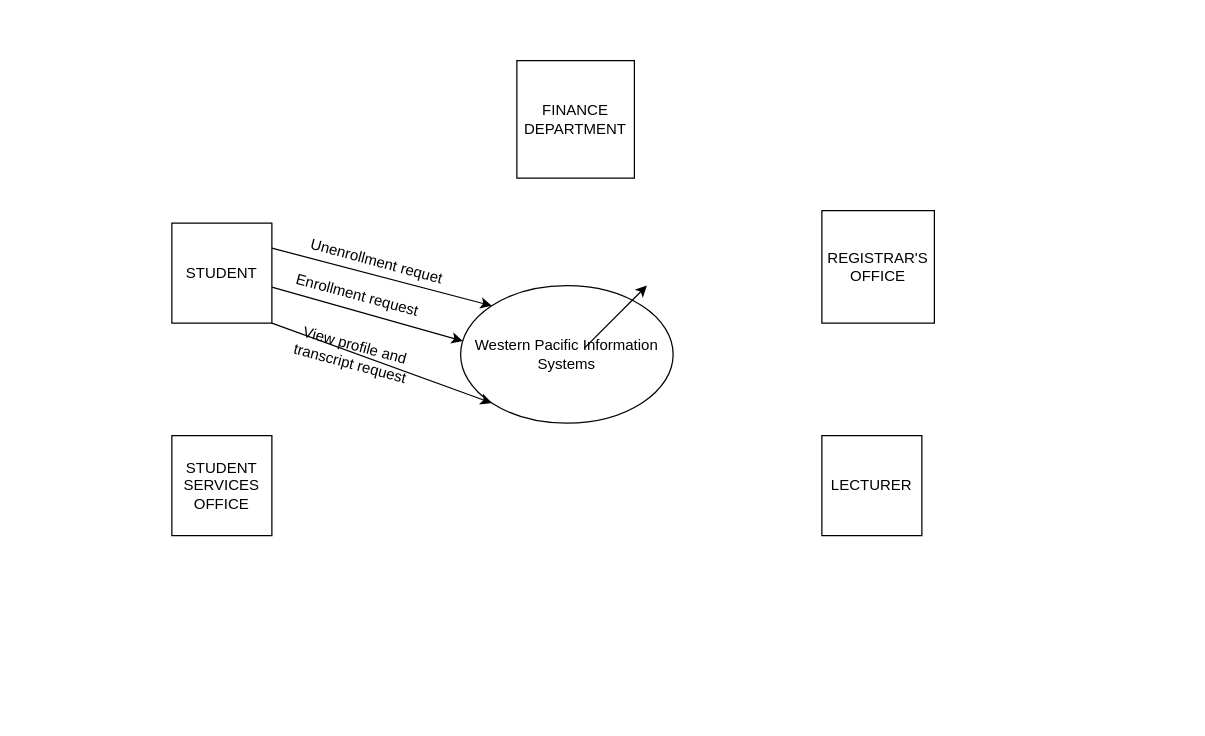
Earlier version of the draw.io diagram page "Level 0 Diagram" (5 of 5) of Untitled Diagram.drawio (Nash230/IS403SystemsAnalysis-Design_MP). Source tidied: cells renumbered, new cells numbered last; positions are measured from the earlier drawing's top-left corner, leaving out a move shared by most shapes. Both pictures are drawn from the tidied source at 125%, with x=0, y=0 at pixel (171, 60).
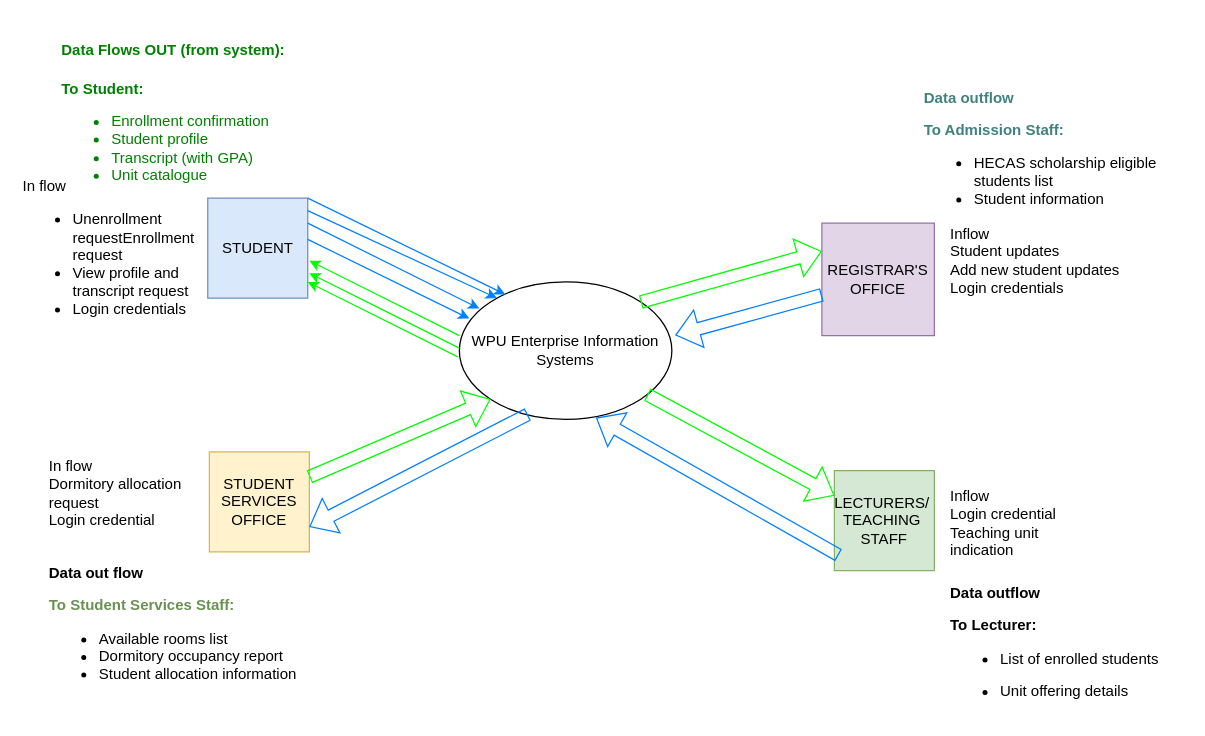
The same page after the edit.

Commit message:
Analysis Diagram

The edit, as a diff of the source:
```diff
@@
+    <mxCell id="15" style="rounded=0;orthogonalLoop=1;jettySize=auto;html=1;strokeColor=light-dark(#00ff00, #ededed);" parent="1" edge="1">
+      <mxGeometry relative="1" as="geometry">
+        <mxPoint x="230" y="220" as="sourcePoint" />
+        <mxPoint x="110" y="160" as="targetPoint" />
+      </mxGeometry>
+    </mxCell>
-    <mxCell id="2" value="Western Pacific Information Systems" style="ellipse;whiteSpace=wrap;html=1;" parent="1" vertex="1">
-      <mxGeometry x="231" y="180" width="170" height="110" as="geometry" />
+    <mxCell id="2" value="WPU Enterprise Information Systems" style="ellipse;whiteSpace=wrap;html=1;" parent="1" vertex="1">
+      <mxGeometry x="230" y="177" width="170" height="110" as="geometry" />
     </mxCell>
-    <mxCell id="3" style="edgeStyle=none;shape=wire;rounded=0;jettySize=auto;html=1;exitX=1;exitY=0.25;exitDx=0;exitDy=0;entryX=0;entryY=0;entryDx=0;entryDy=0;dashed=1;" parent="1" edge="1" source="5" target="2">
-      <mxGeometry relative="1" as="geometry" />
-    </mxCell>
-    <mxCell id="4" style="edgeStyle=none;shape=wire;rounded=0;jettySize=auto;html=1;exitX=1;exitY=1;exitDx=0;exitDy=0;entryX=0;entryY=1;entryDx=0;entryDy=0;dashed=1;" parent="1" edge="1" source="5" target="2">
-      <mxGeometry relative="1" as="geometry" />
-    </mxCell>
+    <mxCell id="16" style="rounded=0;jettySize=auto;html=1;exitX=1;exitY=0;exitDx=0;exitDy=0;entryX=0.216;entryY=0.091;entryDx=0;entryDy=0;entryPerimeter=0;strokeColor=light-dark(#0080ff, #ededed);" parent="1" edge="1" source="5" target="2">
+      <mxGeometry relative="1" as="geometry" />
+    </mxCell>
-    <mxCell id="5" value="STUDENT" style="whiteSpace=wrap;html=1;" parent="1" vertex="1">
-      <mxGeometry y="130" width="80" height="80" as="geometry" />
+    <mxCell id="5" value="STUDENT" style="whiteSpace=wrap;html=1;fillColor=#dae8fc;strokeColor=#6c8ebf;" parent="1" vertex="1">
+      <mxGeometry x="28.7" y="110" width="80" height="80" as="geometry" />
     </mxCell>
-    <mxCell id="6" value="REGISTRAR'S OFFICE" style="whiteSpace=wrap;html=1;" parent="1" vertex="1">
-      <mxGeometry x="520" y="120" width="90" height="90" as="geometry" />
+    <mxCell id="6" value="REGISTRAR'S OFFICE" style="whiteSpace=wrap;html=1;fillColor=#e1d5e7;strokeColor=#9673a6;" parent="1" vertex="1">
+      <mxGeometry x="520" y="130" width="90" height="90" as="geometry" />
     </mxCell>
-    <mxCell id="7" value="STUDENT SERVICES OFFICE" style="whiteSpace=wrap;html=1;" parent="1" vertex="1">
-      <mxGeometry y="300" width="80" height="80" as="geometry" />
+    <mxCell id="7" value="STUDENT SERVICES OFFICE" style="whiteSpace=wrap;html=1;fillColor=#fff2cc;strokeColor=#d6b656;" parent="1" vertex="1">
+      <mxGeometry x="30" y="313" width="80" height="80" as="geometry" />
     </mxCell>
-    <mxCell id="8" value="LECTURER" style="whiteSpace=wrap;html=1;" parent="1" vertex="1">
-      <mxGeometry x="520" y="300" width="80" height="80" as="geometry" />
+    <mxCell id="8" value="&lt;div&gt;LECTURERS/&amp;nbsp;&lt;/div&gt;&lt;div&gt;TEACHING&amp;nbsp;&lt;/div&gt;&lt;div&gt;STAFF&lt;/div&gt;" style="whiteSpace=wrap;html=1;fillColor=#d5e8d4;strokeColor=#82b366;" parent="1" vertex="1">
+      <mxGeometry x="530" y="328" width="80" height="80" as="geometry" />
     </mxCell>
-    <mxCell id="9" value="FINANCE DEPARTMENT" style="whiteSpace=wrap;html=1;" parent="1" vertex="1">
-      <mxGeometry x="276" width="94" height="94" as="geometry" />
-    </mxCell>
-    <mxCell id="10" style="shape=wire;rounded=0;jettySize=auto;html=1;entryX=0.01;entryY=0.403;entryDx=0;entryDy=0;entryPerimeter=0;dashed=1;" parent="1" edge="1" source="5" target="2">
-      <mxGeometry relative="1" as="geometry" />
-    </mxCell>
-    <mxCell id="11" value="Enrollment request" style="text;html=1;whiteSpace=wrap;strokeColor=none;fillColor=none;align=center;verticalAlign=middle;rounded=0;rotation=15;" parent="1" vertex="1">
-      <mxGeometry x="90.3" y="183.4" width="117.4" height="10" as="geometry" />
-    </mxCell>
-    <mxCell id="12" style="endArrow=classic;html=1;rounded=0;" parent="1" edge="1">
-      <mxGeometry relative="1" as="geometry">
-        <mxPoint x="330" y="230" as="sourcePoint" />
-        <mxPoint x="380" y="180" as="targetPoint" />
-      </mxGeometry>
-    </mxCell>
-    <mxCell id="13" value="Unenrollment requet" style="text;html=1;whiteSpace=wrap;strokeColor=none;fillColor=none;align=center;verticalAlign=middle;rounded=0;rotation=15;" parent="1" vertex="1">
-      <mxGeometry x="99.1" y="149.9" width="130" height="23" as="geometry" />
-    </mxCell>
-    <mxCell id="14" value="View profile and transcript request" style="text;html=1;whiteSpace=wrap;strokeColor=none;fillColor=none;align=center;verticalAlign=middle;rounded=0;rotation=15;" parent="1" vertex="1">
-      <mxGeometry x="80" y="220" width="130" height="30" as="geometry" />
-    </mxCell>
+    <mxCell id="17" style="shape=flexArrow;endArrow=classic;html=1;rounded=0;entryX=0;entryY=1;entryDx=0;entryDy=0;exitX=1;exitY=0.25;exitDx=0;exitDy=0;strokeColor=#00FF00;" parent="1" edge="1" source="7" target="2">
+      <mxGeometry relative="1" as="geometry" />
+    </mxCell>
+    <mxCell id="18" style="shape=flexArrow;endArrow=classic;html=1;rounded=0;entryX=1;entryY=0.75;entryDx=0;entryDy=0;exitX=0.322;exitY=0.964;exitDx=0;exitDy=0;exitPerimeter=0;strokeColor=light-dark(#0080ff, #ededed);" parent="1" edge="1" source="2" target="7">
+      <mxGeometry relative="1" as="geometry" />
+    </mxCell>
+    <mxCell id="19" style="shape=flexArrow;endArrow=classic;html=1;rounded=0;entryX=0;entryY=0.25;entryDx=0;entryDy=0;strokeColor=#00FF00;" parent="1" edge="1" source="2" target="8">
+      <mxGeometry relative="1" as="geometry" />
+    </mxCell>
+    <mxCell id="20" style="shape=flexArrow;endArrow=classic;html=1;rounded=0;exitX=0.042;exitY=0.846;exitDx=0;exitDy=0;exitPerimeter=0;strokeColor=light-dark(#0080ff, #ededed);entryX=0.643;entryY=0.988;entryDx=0;entryDy=0;entryPerimeter=0;" parent="1" edge="1" source="8" target="2">
+      <mxGeometry relative="1" as="geometry" />
+    </mxCell>
+    <mxCell id="21" style="shape=flexArrow;endArrow=classic;html=1;rounded=0;entryX=0;entryY=0.25;entryDx=0;entryDy=0;exitX=1;exitY=0;exitDx=0;exitDy=0;strokeColor=#00FF00;" parent="1" edge="1" source="2" target="6">
+      <mxGeometry relative="1" as="geometry" />
+    </mxCell>
+    <mxCell id="22" style="shape=flexArrow;endArrow=classic;html=1;rounded=0;entryX=1.016;entryY=0.388;entryDx=0;entryDy=0;entryPerimeter=0;strokeColor=light-dark(#0080ff, #ededed);" parent="1" edge="1" source="6" target="2">
+      <mxGeometry relative="1" as="geometry" />
+    </mxCell>
+    <mxCell id="23" value="&lt;div align=&quot;left&quot;&gt;In flow&lt;div&gt;Dormitory allocation request&lt;/div&gt;&lt;div&gt;Login credential&lt;/div&gt;&lt;/div&gt;" style="text;html=1;whiteSpace=wrap;strokeColor=none;fillColor=none;align=left;verticalAlign=middle;rounded=0;" parent="1" vertex="1">
+      <mxGeometry x="-100" y="313" width="110" height="65" as="geometry" />
+    </mxCell>
+    <mxCell id="24" value="&lt;div align=&quot;left&quot;&gt;In flow&lt;br&gt;&lt;ul&gt;&lt;li&gt;Unenrollment requestEnrollment request&lt;/li&gt;&lt;li&gt;View profile and transcript request&lt;/li&gt;&lt;li&gt;Login credentials&lt;/li&gt;&lt;/ul&gt;&lt;/div&gt;&lt;div&gt;&lt;br&gt;&lt;br&gt;&lt;/div&gt;" style="text;html=1;whiteSpace=wrap;strokeColor=none;fillColor=none;align=center;verticalAlign=middle;rounded=0;" parent="1" vertex="1">
+      <mxGeometry x="-120" y="130" width="140" height="80" as="geometry" />
+    </mxCell>
+    <mxCell id="25" value="&lt;div align=&quot;left&quot;&gt;Inflow&lt;/div&gt;&lt;div align=&quot;left&quot;&gt;Login credential&lt;/div&gt;&lt;div align=&quot;left&quot;&gt;Teaching unit indication&lt;/div&gt;" style="text;html=1;whiteSpace=wrap;strokeColor=none;fillColor=none;align=left;verticalAlign=middle;rounded=0;" parent="1" vertex="1">
+      <mxGeometry x="621" y="330" width="119" height="80" as="geometry" />
+    </mxCell>
+    <mxCell id="26" value="&lt;div align=&quot;left&quot;&gt;Inflow&lt;/div&gt;&lt;div align=&quot;left&quot;&gt;Student updates&lt;/div&gt;&lt;div align=&quot;left&quot;&gt;Add new student updates&lt;/div&gt;&lt;div align=&quot;left&quot;&gt;Login credentials&lt;/div&gt;" style="text;html=1;whiteSpace=wrap;strokeColor=none;fillColor=none;align=left;verticalAlign=middle;rounded=0;" parent="1" vertex="1">
+      <mxGeometry x="621" y="130" width="140" height="60" as="geometry" />
+    </mxCell>
+    <mxCell id="27" value="&lt;h4 class=&quot;text-text-100 mt-2 -mb-1 text-base font-bold&quot; align=&quot;left&quot;&gt;&lt;strong&gt;Data Flows OUT (from system):&lt;/strong&gt;&lt;/h4&gt;&lt;p class=&quot;font-claude-response-body break-words whitespace-normal leading-[1.7]&quot; align=&quot;left&quot;&gt;&lt;strong&gt;To Student:&lt;/strong&gt;&lt;/p&gt;&lt;div align=&quot;left&quot;&gt;&lt;ul class=&quot;[li_&amp;amp;]:mb-0 [li_&amp;amp;]:mt-1 [li_&amp;amp;]:gap-1 [&amp;amp;:not(:last-child)_ul]:pb-1 [&amp;amp;:not(:last-child)_ol]:pb-1 list-disc flex flex-col gap-1 pl-8 mb-3&quot;&gt;&lt;li class=&quot;whitespace-normal break-words pl-2&quot;&gt;&lt;div&gt;Enrollment confirmation&lt;/div&gt;&lt;/li&gt;&lt;li class=&quot;whitespace-normal break-words pl-2&quot;&gt;Student profile&lt;/li&gt;&lt;li class=&quot;whitespace-normal break-words pl-2&quot;&gt;Transcript (with GPA)&lt;/li&gt;&lt;li class=&quot;whitespace-normal break-words pl-2&quot;&gt;Unit catalogue&lt;/li&gt;&lt;/ul&gt;&lt;/div&gt;" style="text;html=1;whiteSpace=wrap;strokeColor=none;fillColor=none;align=left;verticalAlign=middle;rounded=0;fontColor=light-dark(#008000, #ededed);" parent="1" vertex="1">
+      <mxGeometry x="-90" y="-20" width="220" height="120" as="geometry" />
+    </mxCell>
+    <mxCell id="28" value="&lt;p class=&quot;font-claude-response-body break-words whitespace-normal leading-[1.7]&quot; align=&quot;left&quot;&gt;&lt;strong&gt;Data outflow&lt;/strong&gt;&lt;/p&gt;&lt;p class=&quot;font-claude-response-body break-words whitespace-normal leading-[1.7]&quot; align=&quot;left&quot;&gt;&lt;strong&gt;To Lecturer:&lt;/strong&gt;&lt;/p&gt;&lt;ul&gt;&lt;li class=&quot;font-claude-response-body break-words whitespace-normal leading-[1.7]&quot; align=&quot;left&quot;&gt;List of enrolled students&lt;/li&gt;&lt;/ul&gt;&lt;div align=&quot;left&quot;&gt;&lt;ul class=&quot;[li_&amp;amp;]:mb-0 [li_&amp;amp;]:mt-1 [li_&amp;amp;]:gap-1 [&amp;amp;:not(:last-child)_ul]:pb-1 [&amp;amp;:not(:last-child)_ol]:pb-1 list-disc flex flex-col gap-1 pl-8 mb-3&quot;&gt;&lt;li class=&quot;whitespace-normal break-words pl-2&quot;&gt;Unit offering details&lt;/li&gt;&lt;/ul&gt;&lt;/div&gt;" style="text;html=1;whiteSpace=wrap;strokeColor=none;fillColor=none;align=left;verticalAlign=middle;rounded=0;" parent="1" vertex="1">
+      <mxGeometry x="621" y="420" width="180" height="90" as="geometry" />
+    </mxCell>
+    <mxCell id="29" value="&lt;p class=&quot;font-claude-response-body break-words whitespace-normal leading-[1.7]&quot; align=&quot;left&quot;&gt;&lt;strong style=&quot;color: light-dark(rgb(64, 128, 128), rgb(237, 237, 237));&quot;&gt;Data outflow&lt;/strong&gt;&lt;/p&gt;&lt;p class=&quot;font-claude-response-body break-words whitespace-normal leading-[1.7]&quot; align=&quot;left&quot;&gt;&lt;strong style=&quot;color: light-dark(rgb(64, 128, 128), rgb(237, 237, 237));&quot;&gt;To Admission Staff:&lt;/strong&gt;&lt;/p&gt;&lt;div align=&quot;left&quot;&gt;&lt;ul class=&quot;[li_&amp;amp;]:mb-0 [li_&amp;amp;]:mt-1 [li_&amp;amp;]:gap-1 [&amp;amp;:not(:last-child)_ul]:pb-1 [&amp;amp;:not(:last-child)_ol]:pb-1 list-disc flex flex-col gap-1 pl-8 mb-3&quot;&gt;&lt;li class=&quot;whitespace-normal break-words pl-2&quot;&gt;HECAS scholarship eligible students list&lt;/li&gt;&lt;li class=&quot;whitespace-normal break-words pl-2&quot;&gt;Student information&lt;/li&gt;&lt;/ul&gt;&lt;/div&gt;" style="text;html=1;whiteSpace=wrap;strokeColor=none;fillColor=none;align=left;verticalAlign=middle;rounded=0;" parent="1" vertex="1">
+      <mxGeometry x="600" y="20" width="210" height="100" as="geometry" />
+    </mxCell>
+    <mxCell id="30" value="&lt;div&gt;&lt;br&gt;&lt;/div&gt;&lt;div&gt;&lt;b&gt;Data out flow&lt;/b&gt;&lt;/div&gt;&lt;p class=&quot;font-claude-response-body break-words whitespace-normal leading-[1.7]&quot;&gt;&lt;strong&gt;&lt;span style=&quot;color: rgb(105, 145, 83);&quot;&gt;To Student Services Staff:&lt;/span&gt;&lt;/strong&gt;&lt;/p&gt;&lt;ul class=&quot;[li_&amp;amp;]:mb-0 [li_&amp;amp;]:mt-1 [li_&amp;amp;]:gap-1 [&amp;amp;:not(:last-child)_ul]:pb-1 [&amp;amp;:not(:last-child)_ol]:pb-1 list-disc flex flex-col gap-1 pl-8 mb-3&quot;&gt;&lt;li class=&quot;whitespace-normal break-words pl-2&quot;&gt;Available rooms list&lt;/li&gt;&lt;li class=&quot;whitespace-normal break-words pl-2&quot;&gt;Dormitory occupancy report&lt;/li&gt;&lt;li class=&quot;whitespace-normal break-words pl-2&quot;&gt;Student allocation information&lt;/li&gt;&lt;/ul&gt;" style="text;html=1;whiteSpace=wrap;strokeColor=none;fillColor=none;align=left;verticalAlign=middle;rounded=0;" parent="1" vertex="1">
+      <mxGeometry x="-100" y="408" width="230" height="82" as="geometry" />
+    </mxCell>
+    <mxCell id="31" style="rounded=0;orthogonalLoop=1;jettySize=auto;html=1;exitX=1;exitY=0;exitDx=0;exitDy=0;strokeColor=light-dark(#0080ff, #ededed);" parent="1" edge="1">
+      <mxGeometry relative="1" as="geometry">
+        <mxPoint x="108.7" y="120" as="sourcePoint" />
+        <mxPoint x="260" y="190" as="targetPoint" />
+      </mxGeometry>
+    </mxCell>
+    <mxCell id="32" style="rounded=0;jettySize=auto;html=1;exitX=1;exitY=0;exitDx=0;exitDy=0;entryX=0.094;entryY=0.194;entryDx=0;entryDy=0;entryPerimeter=0;strokeColor=light-dark(#0080ff, #ededed);" parent="1" edge="1" target="2">
+      <mxGeometry relative="1" as="geometry">
+        <mxPoint x="108.7" y="130" as="sourcePoint" />
+      </mxGeometry>
+    </mxCell>
+    <mxCell id="33" style="rounded=0;jettySize=auto;html=1;exitX=1;exitY=0;exitDx=0;exitDy=0;entryX=0.047;entryY=0.267;entryDx=0;entryDy=0;entryPerimeter=0;strokeColor=light-dark(#0080ff, #ededed);" parent="1" edge="1" target="2">
+      <mxGeometry relative="1" as="geometry">
+        <mxPoint x="108.7" y="143" as="sourcePoint" />
+      </mxGeometry>
+    </mxCell>
+    <mxCell id="34" style="rounded=0;orthogonalLoop=1;jettySize=auto;html=1;strokeColor=light-dark(#00ff00, #ededed);" parent="1" edge="1">
+      <mxGeometry relative="1" as="geometry">
+        <mxPoint x="228.7" y="237" as="sourcePoint" />
+        <mxPoint x="108.7" y="177" as="targetPoint" />
+      </mxGeometry>
+    </mxCell>
+    <mxCell id="35" style="rounded=0;orthogonalLoop=1;jettySize=auto;html=1;strokeColor=light-dark(#00ff00, #ededed);" parent="1" edge="1">
+      <mxGeometry relative="1" as="geometry">
+        <mxPoint x="230" y="230" as="sourcePoint" />
+        <mxPoint x="110" y="170" as="targetPoint" />
+        <Array as="points">
+          <mxPoint x="170" y="200" />
+        </Array>
+      </mxGeometry>
+    </mxCell>
```
